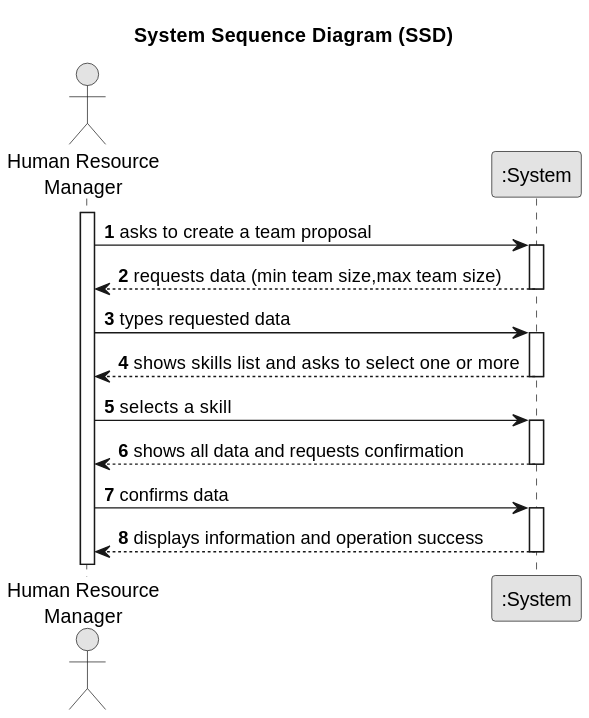
Above: docs/sprintA/us005/01.requirements-engineering/svg/us05-system-sequence-diagram.svg in yusufyilmaz00/Integral-Project-ISEP (PlantUML), before the change.
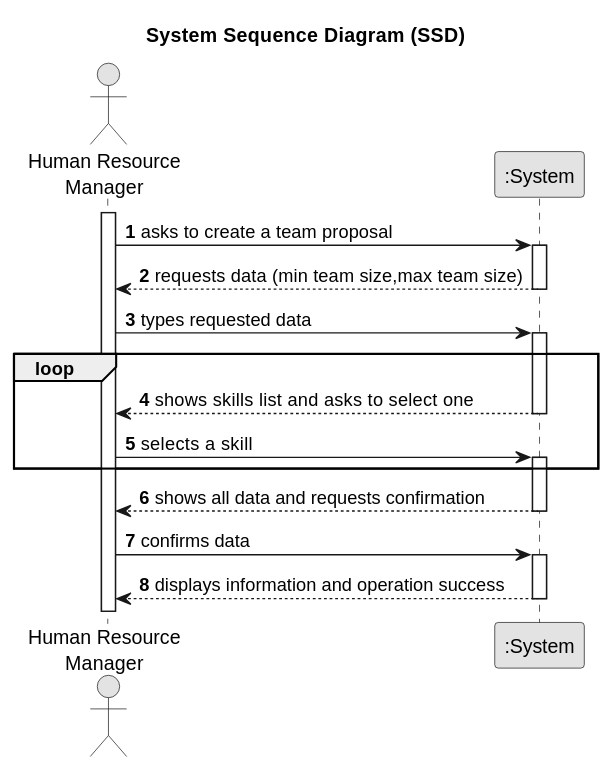
Above is the later version.

Commit message:
update file : loop added to diagram

Diff of the diagram source:
```diff
@@ -21,11 +21,13 @@
     Manager -> System : types requested data
     activate System
 
-    System --> Manager : shows skills list and asks to select one or more
-    deactivate System
+    loop
+        System --> Manager : shows skills list and asks to select one
+        deactivate System
 
-    Manager -> System : selects a skill
-        activate System
+        Manager -> System : selects a skill
+                activate System
+    end
 
     System --> Manager : shows all data and requests confirmation
     deactivate System
```
